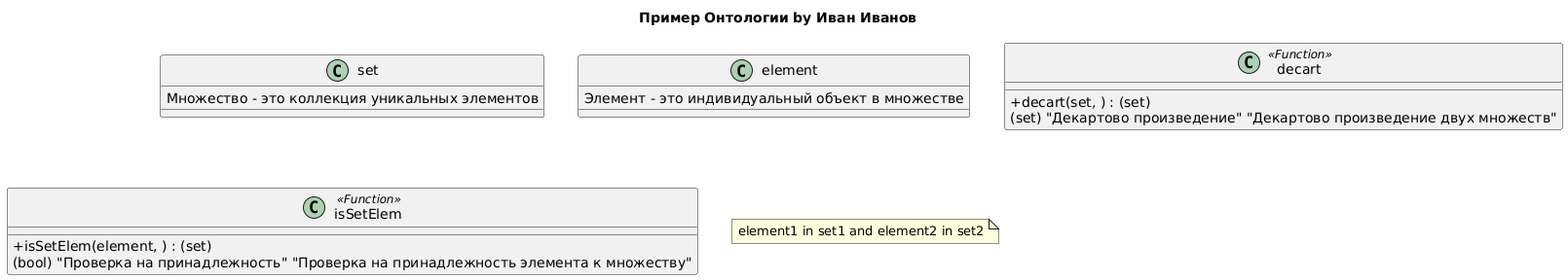
Earlier version of the PlantUML export examples/test.png (vladimir-skvortsov/ontol).
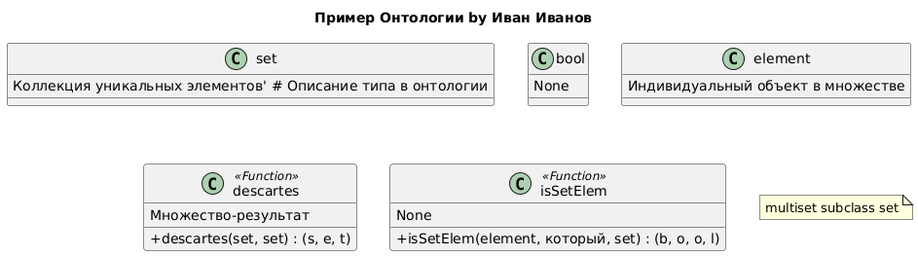
Later version of the same file.

Change to the diagram source:
```diff
@@ -2,18 +2,21 @@
 skinparam classAttributeIconSize 0
 title Пример Онтологии by Иван Иванов
 class set {
-  Множество - это коллекция уникальных элементов
+  Коллекция уникальных элементов' # Описание типа в онтологии
+}
+class bool {
+  None
 }
 class element {
-  Элемент - это индивидуальный объект в множестве
+  Индивидуальный объект в множестве
 }
-class decart <<Function>> {
-  +decart(set, ) : (set)
-  (set) "Декартово произведение" "Декартово произведение двух множеств"
+class descartes <<Function>> {
+  +descartes(set, set) : (s, e, t)
+  Множество-результат
 }
 class isSetElem <<Function>> {
-  +isSetElem(element, ) : (set)
-  (bool) "Проверка на принадлежность" "Проверка на принадлежность элемента к множеству"
+  +isSetElem(element, который, set) : (b, o, o, l)
+  None
 }
-note "element1 in set1 and element2 in set2" as N1570
+note "multiset subclass set" as N3627
 @enduml
```
